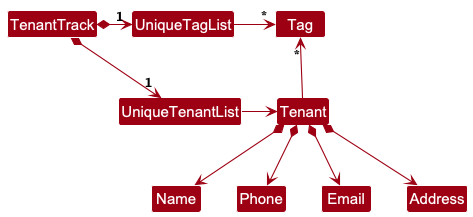
Before: docs/images/BetterModelClassDiagram.png, a diagram exported from PlantUML (namitdeb739/tp). Its diagram source:
```plantuml
@startuml
!include style.puml
skinparam arrowThickness 1.1
skinparam arrowColor MODEL_COLOR
skinparam classBackgroundColor MODEL_COLOR

TenantTrack *-right-> "1" UniqueTenantList
TenantTrack *-right-> "1" UniqueTagList
UniqueTagList -[hidden]down- UniqueTenantList
UniqueTagList -[hidden]down- UniqueTenantList

UniqueTagList -right-> "*" Tag
UniqueTenantList -right-> Tenant

Tenant -up-> "*" Tag

Tenant *--> Name
Tenant *--> Phone
Tenant *--> Email
Tenant *--> Address
@enduml
```
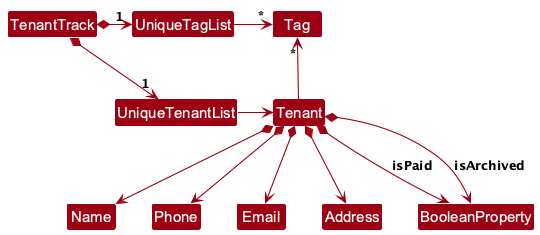
The same diagram one commit later.

What changed in the source:
```diff
@@ -18,4 +18,6 @@
 Tenant *--> Phone
 Tenant *--> Email
 Tenant *--> Address
+Tenant *--> BooleanProperty : isPaid
+Tenant *--> BooleanProperty : isArchived
 @enduml
```
